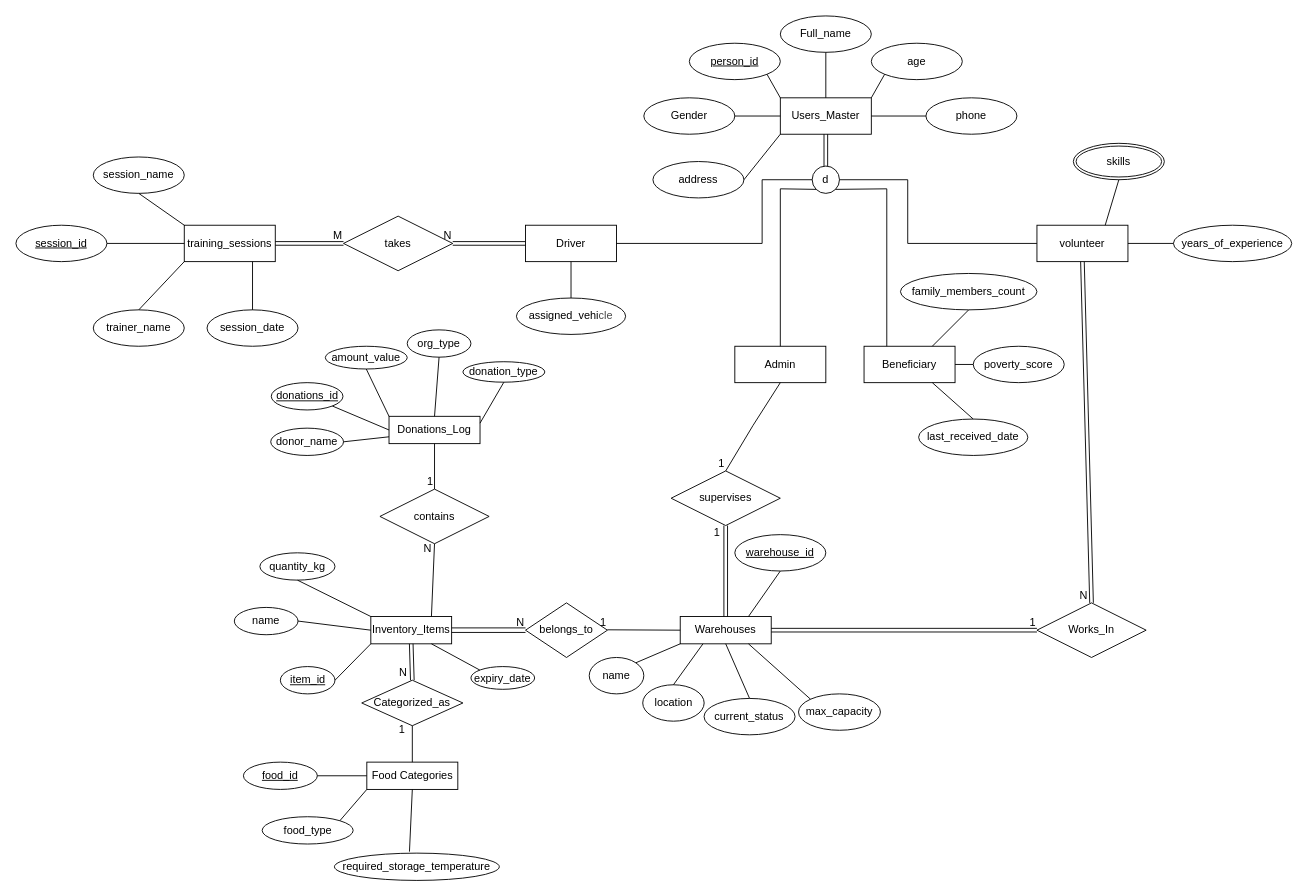
Earlier version of the draw.io diagram ER Diagram.drawio (OmarCoder9/Ramadan-Distributions). Source tidied: cells renumbered, new cells numbered last; positions are measured from the earlier drawing's top-left corner, leaving out a move shared by most shapes. Both pictures are drawn from the tidied source at 91%, with x=0, y=0 at pixel (15, 15).
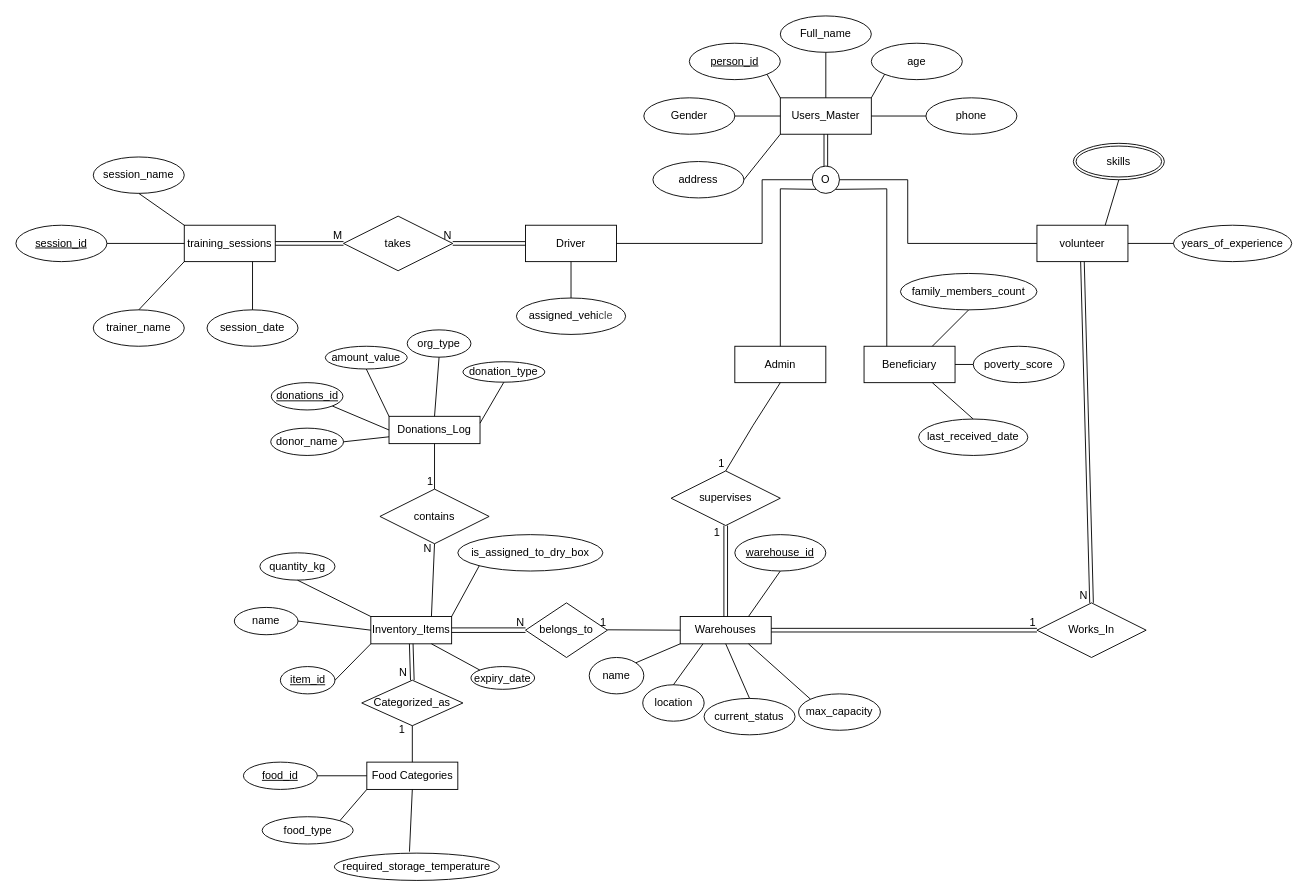
The same page after the edit.

Commit message (it also covers changes not shown here):
Update ER diagram and SQL schema: modify ellipse value and add is_assigned_to_dry_box relationship

The change refers to these unchanged cells:
```xml
<mxCell id="57" value="Inventory_Items" style="whiteSpace=wrap;html=1;align=center;" parent="1" vertex="1">
  <mxGeometry x="390" y="660" width="88.8" height="30" as="geometry" />
</mxCell>
```

Change to the diagram source:
```diff
@@
-    <mxCell id="16" value="d" style="ellipse;whiteSpace=wrap;html=1;" parent="1" vertex="1">
+    <mxCell id="16" value="O" style="ellipse;whiteSpace=wrap;html=1;" parent="1" vertex="1">
       <mxGeometry x="875" y="165" width="30" height="30" as="geometry" />
     </mxCell>
@@
+    <mxCell id="114" value="is_assigned_to_dry_box" style="ellipse;whiteSpace=wrap;html=1;align=center;" parent="1" vertex="1">
+      <mxGeometry x="485.6" y="570" width="159.4" height="40" as="geometry" />
+    </mxCell>
+    <mxCell id="115" style="endArrow=none;html=1;rounded=0;entryX=0;entryY=1;entryDx=0;entryDy=0;exitX=1;exitY=0;exitDx=0;exitDy=0;" parent="1" edge="1" source="57" target="114">
+      <mxGeometry relative="1" as="geometry" />
+    </mxCell>
```
